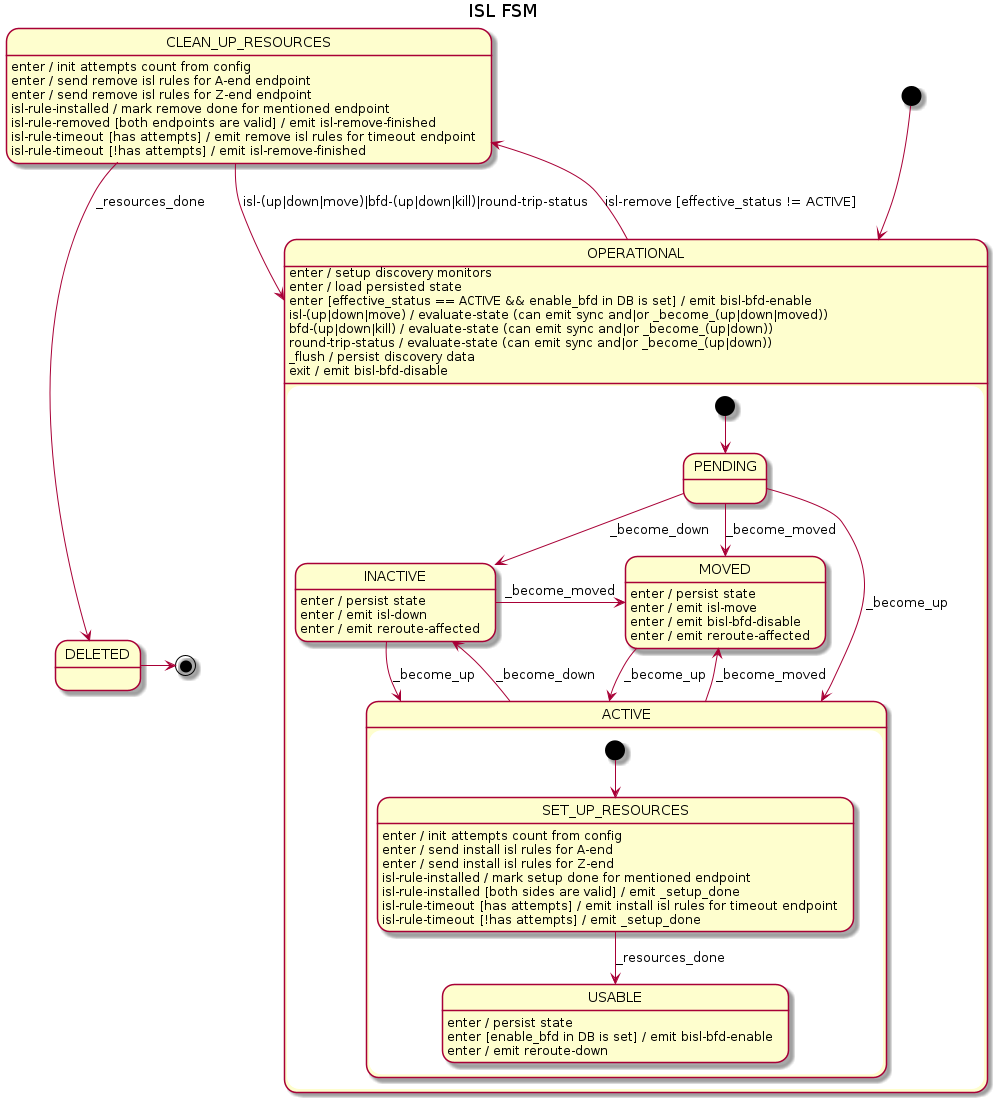
The PlantUML diagram docs/design/network-discovery/ISL-FSM.png in telstra/open-kilda, before a commit.
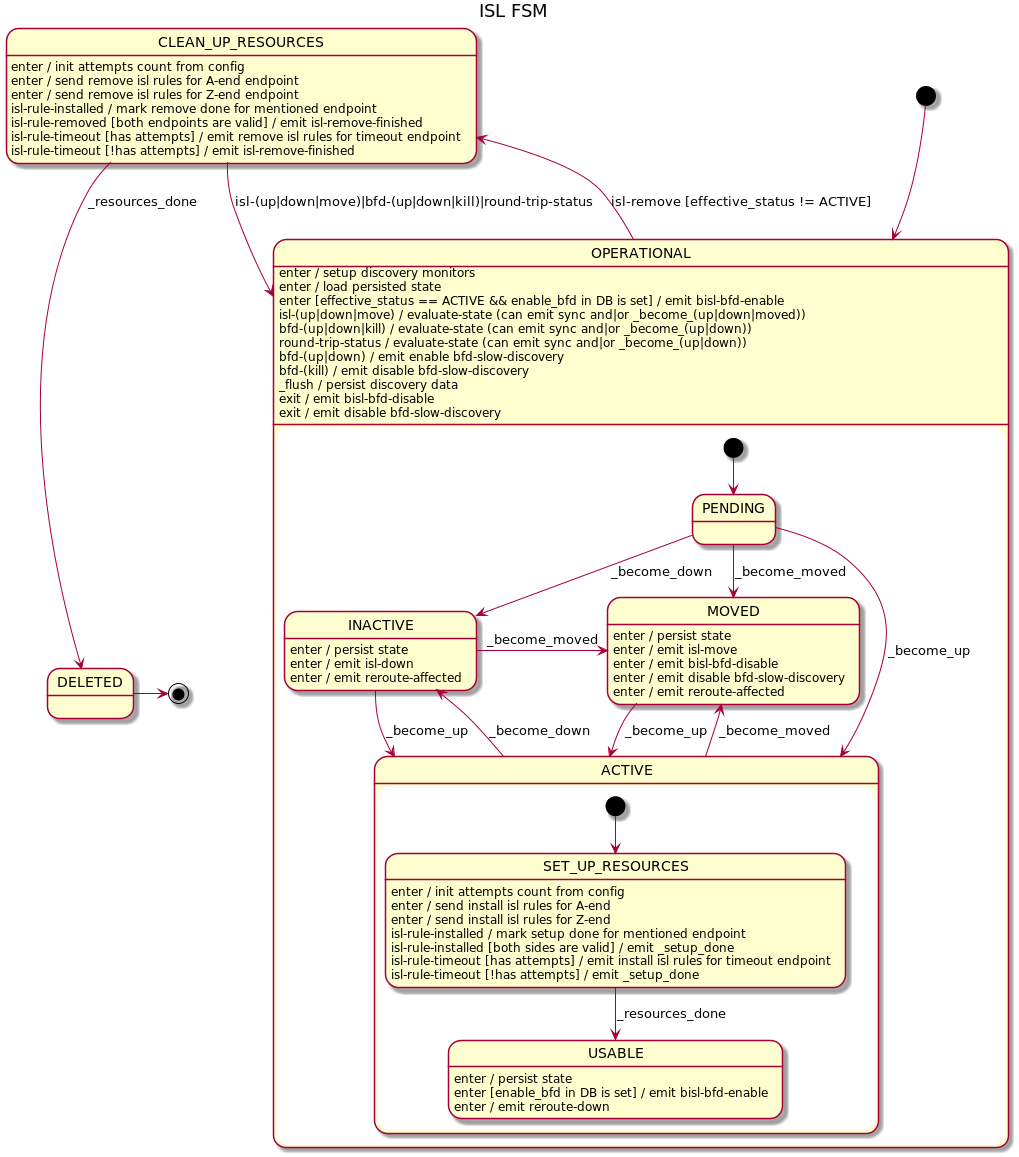
After the change.

Commit message:
Design for Smart discovery feature

What changed in the source:
```diff
@@ -39,6 +39,7 @@
     MOVED : enter / persist state
     MOVED : enter / emit isl-move
     MOVED : enter / emit bisl-bfd-disable
+    MOVED : enter / emit disable bfd-slow-discovery
     MOVED : enter / emit reroute-affected
 }
 OPERATIONAL --> CLEAN_UP_RESOURCES : isl-remove [effective_status != ACTIVE]
@@ -48,8 +49,11 @@
 OPERATIONAL : isl-(up|down|move) / evaluate-state (can emit sync and|or _become_(up|down|moved))
 OPERATIONAL : bfd-(up|down|kill) / evaluate-state (can emit sync and|or _become_(up|down))
 OPERATIONAL : round-trip-status / evaluate-state (can emit sync and|or _become_(up|down))
+OPERATIONAL : bfd-(up|down) / emit enable bfd-slow-discovery
+OPERATIONAL : bfd-(kill) / emit disable bfd-slow-discovery
 OPERATIONAL : _flush / persist discovery data
 OPERATIONAL : exit / emit bisl-bfd-disable
+OPERATIONAL : exit / emit disable bfd-slow-discovery
 
 CLEAN_UP_RESOURCES : enter / init attempts count from config
 CLEAN_UP_RESOURCES : enter / send remove isl rules for A-end endpoint
```
